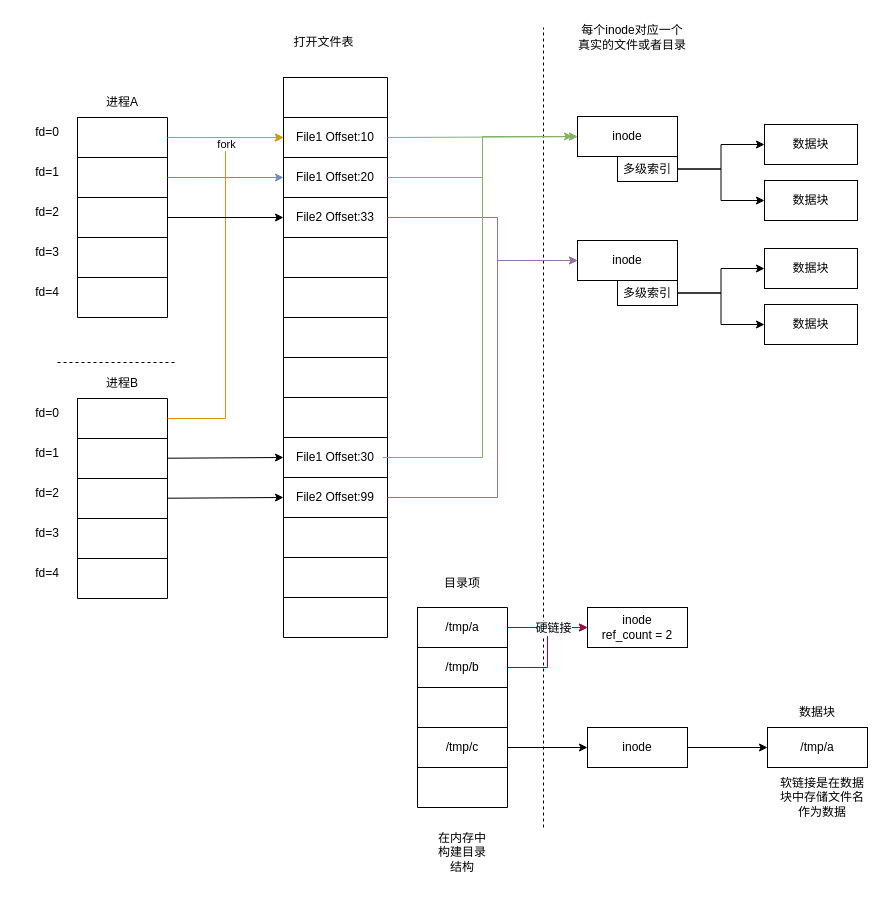
LxkdGithub/draw.io keeps this draw.io diagram as 文件系统.drawio. Above is the earlier version. Source tidied: cells renumbered, new cells numbered last; positions are measured from the earlier drawing's top-left corner, leaving out a move shared by most shapes. Both pictures are drawn from the tidied source at 100%, with x=0, y=0 at pixel (17, 17).
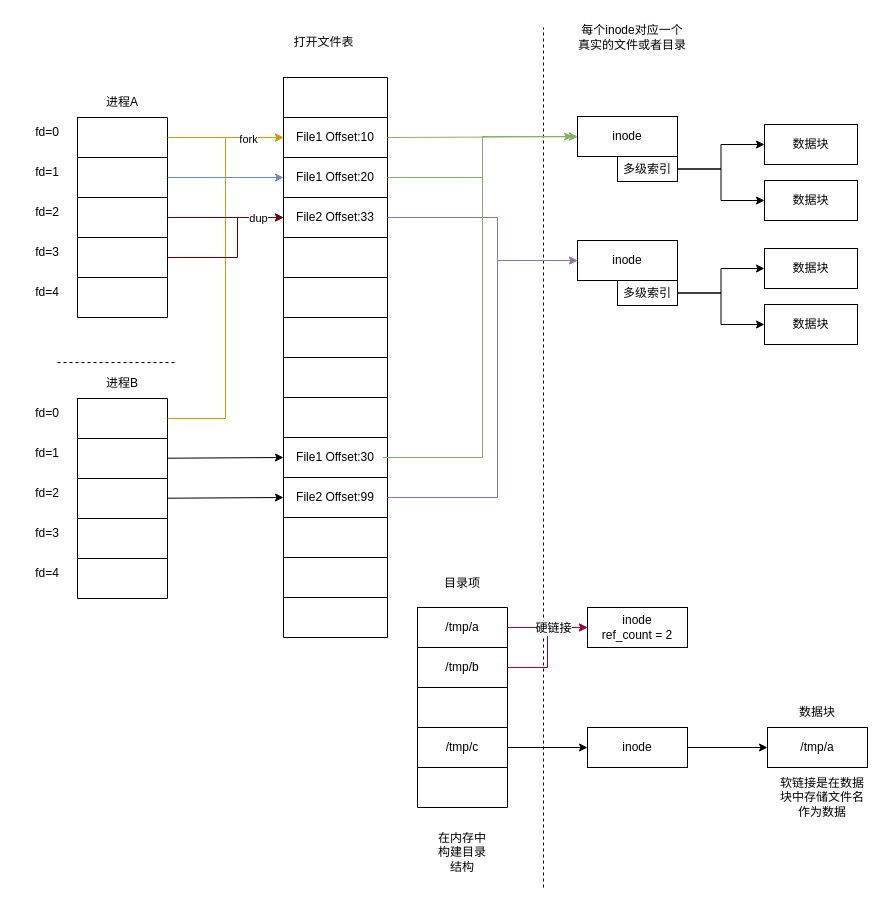
After the change.

Commit message:
更新文件系统.drawio

The change refers to these unchanged cells:
```xml
<mxCell id="7" style="shape=tableRow;horizontal=0;startSize=0;swimlaneHead=0;swimlaneBody=0;top=0;left=0;bottom=0;right=0;fillColor=none;points=[[0,0.5],[1,0.5]];portConstraint=eastwest;" parent="2" vertex="1">
  <mxGeometry y="80" width="90" height="40" as="geometry" />
</mxCell>
<mxCell id="9" style="shape=tableRow;horizontal=0;startSize=0;swimlaneHead=0;swimlaneBody=0;top=0;left=0;bottom=0;right=0;fillColor=none;points=[[0,0.5],[1,0.5]];portConstraint=eastwest;" parent="2" vertex="1">
  <mxGeometry y="120" width="90" height="40" as="geometry" />
</mxCell>
<mxCell id="25" style="shape=tableRow;horizontal=0;startSize=0;swimlaneHead=0;swimlaneBody=0;top=0;left=0;bottom=0;right=0;fillColor=none;points=[[0,0.5],[1,0.5]];portConstraint=eastwest;" parent="18" vertex="1">
  <mxGeometry y="120" width="104" height="40" as="geometry" />
</mxCell>
<mxCell id="68" style="rounded=0;jettySize=auto;html=1;exitX=1;exitY=0.5;exitDx=0;exitDy=0;entryX=0;entryY=0.5;entryDx=0;entryDy=0;fillColor=#ffe6cc;strokeColor=#d79b00;edgeStyle=orthogonalEdgeStyle;" parent="1" edge="1" source="49" target="21">
  <mxGeometry relative="1" as="geometry" />
</mxCell>
```

Change to the diagram source:
```diff
@@
     <mxCell id="69" value="fork" style="edgeLabel;html=1;align=center;verticalAlign=middle;" parent="68" vertex="1">
-      <mxGeometry x="0.68" relative="1" as="geometry" />
+      <mxGeometry x="0.68" relative="1" as="geometry">
+        <mxPoint x="22" y="-5" as="offset" />
+      </mxGeometry>
     </mxCell>
@@
-    <mxCell id="71" style="edgeStyle=none;rounded=0;jettySize=auto;html=1;" parent="1" edge="1" source="7" target="25">
+    <mxCell id="71" style="edgeStyle=none;rounded=0;jettySize=auto;html=1;fillColor=#a20025;strokeColor=#6F0000;" parent="1" edge="1" source="7" target="25">
       <mxGeometry relative="1" as="geometry" />
     </mxCell>
@@
     <mxCell id="74" style="endArrow=none;dashed=1;html=1;rounded=0;fillColor=#33FFFF;" parent="1" edge="1">
       <mxGeometry relative="1" as="geometry">
-        <mxPoint x="526" y="810" as="sourcePoint" />
+        <mxPoint x="526" y="870" as="sourcePoint" />
         <mxPoint x="526" y="10" as="targetPoint" />
       </mxGeometry>
     </mxCell>
@@
+    <mxCell id="116" style="edgeStyle=orthogonalEdgeStyle;rounded=0;jettySize=auto;html=1;entryX=0;entryY=0.5;entryDx=0;entryDy=0;fillColor=#a20025;strokeColor=#6F0000;" parent="1" edge="1" source="9" target="25">
+      <mxGeometry relative="1" as="geometry">
+        <Array as="points">
+          <mxPoint x="220" y="240" />
+          <mxPoint x="220" y="200" />
+        </Array>
+      </mxGeometry>
+    </mxCell>
+    <mxCell id="117" value="dup" style="edgeLabel;html=1;align=center;verticalAlign=middle;" parent="116" vertex="1">
+      <mxGeometry x="0.14" y="-2" relative="1" as="geometry">
+        <mxPoint x="18" y="-21" as="offset" />
+      </mxGeometry>
+    </mxCell>
```
